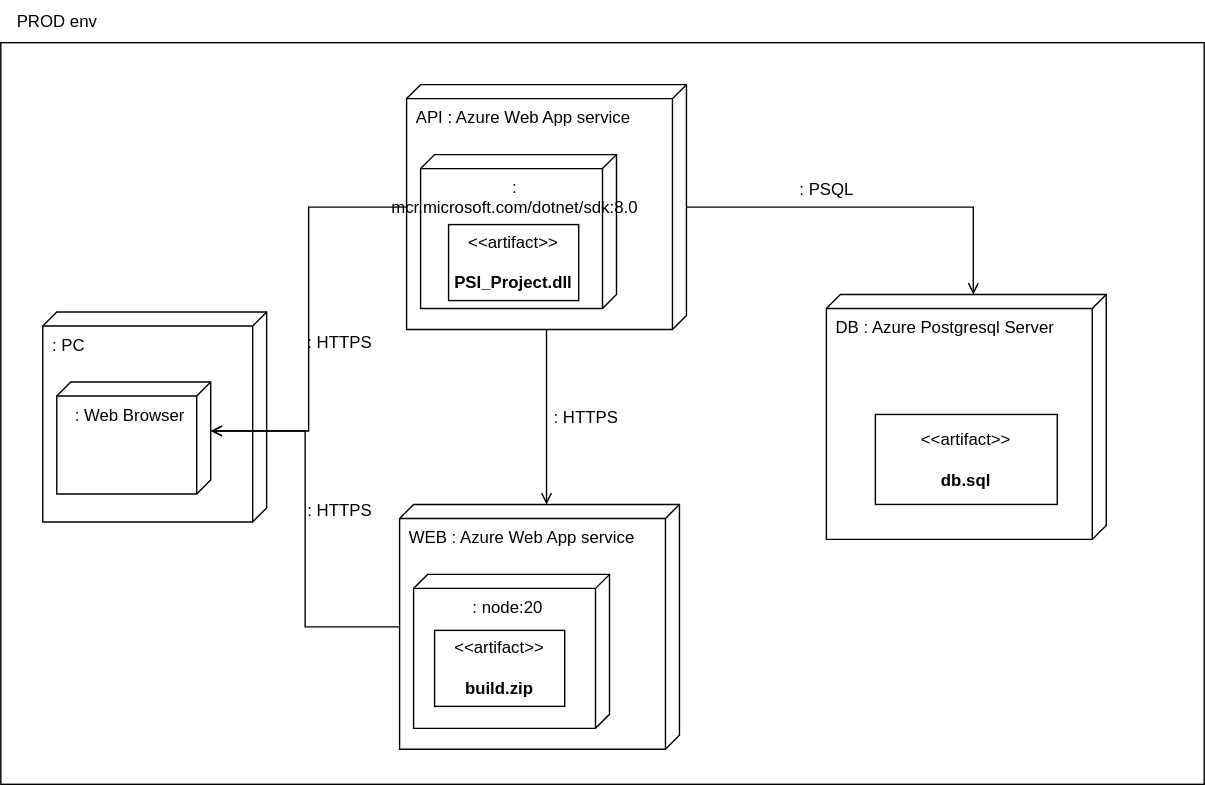
Above: lab2diags/PhysicalView/deployment.svg in piatrashkakanstantinass/psi2 (draw.io), before the change. Source tidied: cells renumbered, new cells last; positions are measured from the earlier drawing's top-left corner, leaving out a move shared by most shapes.
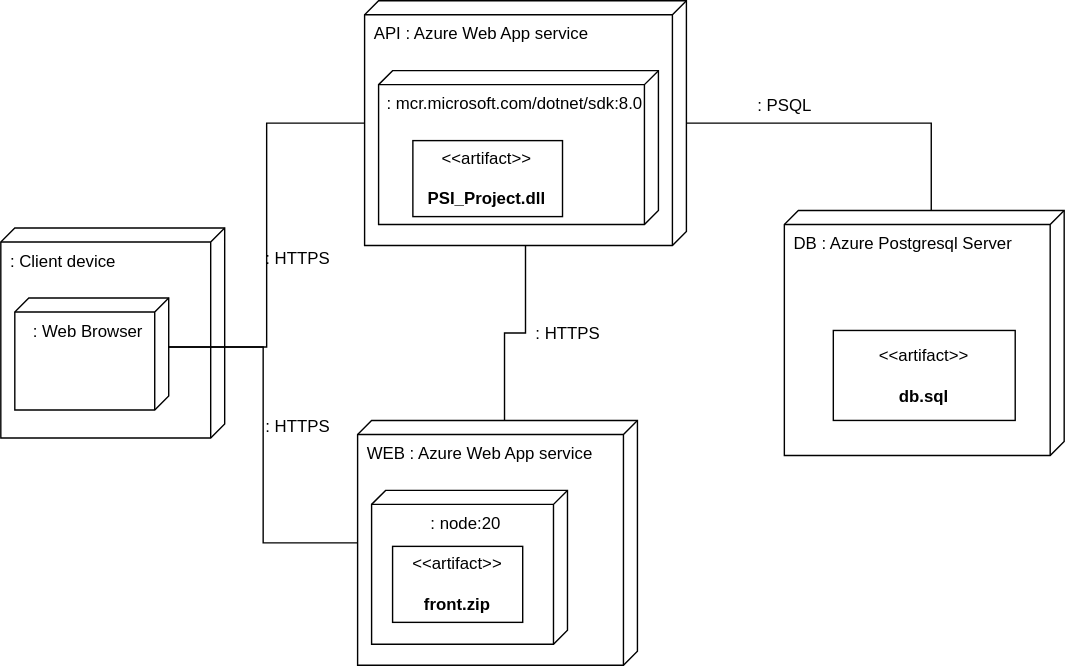
The same file after the commit.

Commit message:
fix: minor deployment diagram changes

What changed in the source:
```diff
@@ -2,22 +2,16 @@
   <root>
     <mxCell id="0" />
     <mxCell id="1" parent="0" />
-    <mxCell id="2" style="rounded=0;whiteSpace=wrap;html=1;fillColor=none;" parent="1" vertex="1">
-      <mxGeometry y="30" width="860" height="530" as="geometry" />
-    </mxCell>
-    <mxCell id="3" value="&lt;div&gt;PROD env&lt;/div&gt;" style="text;html=1;align=center;verticalAlign=middle;strokeColor=none;fillColor=none;" parent="1" vertex="1">
-      <mxGeometry width="80" height="30" as="geometry" />
-    </mxCell>
     <mxCell id="4" value="API : Azure Web App service" style="verticalAlign=top;align=left;shape=cube;size=10;direction=south;fontStyle=0;html=1;boundedLbl=1;spacingLeft=5;whiteSpace=wrap;" parent="1" vertex="1">
-      <mxGeometry x="290" y="60" width="200" height="175" as="geometry" />
+      <mxGeometry x="290" y="60" width="230" height="175" as="geometry" />
     </mxCell>
     <mxCell id="5" value=": mcr.microsoft.com/dotnet/sdk:8.0" style="verticalAlign=top;align=center;shape=cube;size=10;direction=south;html=1;boundedLbl=1;spacingLeft=5;whiteSpace=wrap;" parent="4" vertex="1">
-      <mxGeometry width="140" height="110" relative="1" as="geometry">
+      <mxGeometry width="200" height="110" relative="1" as="geometry">
         <mxPoint x="10" y="50" as="offset" />
       </mxGeometry>
     </mxCell>
     <mxCell id="6" value="&amp;lt;&amp;lt;artifact&amp;gt;&amp;gt;&lt;br&gt;&lt;br&gt;&lt;div&gt;&lt;b&gt;PSI_Project.dll&lt;/b&gt;&lt;/div&gt;" style="html=1;align=center;verticalAlign=middle;dashed=0;whiteSpace=wrap;" parent="4" vertex="1">
-      <mxGeometry x="30" y="100" width="93" height="54.3" as="geometry" />
+      <mxGeometry x="34.5" y="100" width="106.9" height="54.3" as="geometry" />
     </mxCell>
     <mxCell id="7" value="WEB : Azure Web App service" style="verticalAlign=top;align=left;shape=cube;size=10;direction=south;fontStyle=0;html=1;boundedLbl=1;spacingLeft=5;whiteSpace=wrap;" parent="1" vertex="1">
       <mxGeometry x="285" y="360" width="200" height="175" as="geometry" />
@@ -27,7 +21,7 @@
         <mxPoint x="10" y="50" as="offset" />
       </mxGeometry>
     </mxCell>
-    <mxCell id="9" value="&amp;lt;&amp;lt;artifact&amp;gt;&amp;gt;&lt;br&gt;&lt;br&gt;&lt;b&gt;build.zip&lt;/b&gt;" style="html=1;align=center;verticalAlign=middle;dashed=0;whiteSpace=wrap;" parent="7" vertex="1">
+    <mxCell id="9" value="&amp;lt;&amp;lt;artifact&amp;gt;&amp;gt;&lt;br&gt;&lt;br&gt;&lt;b&gt;front.zip&lt;/b&gt;" style="html=1;align=center;verticalAlign=middle;dashed=0;whiteSpace=wrap;" parent="7" vertex="1">
       <mxGeometry x="25" y="90" width="93" height="54.3" as="geometry" />
     </mxCell>
     <mxCell id="10" value="DB : Azure Postgresql Server" style="verticalAlign=top;align=left;shape=cube;size=10;direction=south;fontStyle=0;html=1;boundedLbl=1;spacingLeft=5;whiteSpace=wrap;" parent="1" vertex="1">
@@ -36,19 +30,19 @@
     <mxCell id="11" value="&amp;lt;&amp;lt;artifact&amp;gt;&amp;gt;&lt;br&gt;&lt;br&gt;&lt;b&gt;db.sql&lt;/b&gt;" style="html=1;align=center;verticalAlign=middle;dashed=0;whiteSpace=wrap;" parent="10" vertex="1">
       <mxGeometry x="35" y="85.7" width="130" height="64.3" as="geometry" />
     </mxCell>
-    <mxCell id="12" style="edgeStyle=orthogonalEdgeStyle;rounded=0;jettySize=auto;html=1;entryX=0;entryY=0;entryDx=0;entryDy=95;entryPerimeter=0;endArrow=open;endFill=0;" parent="1" edge="1" source="4" target="10">
+    <mxCell id="12" style="edgeStyle=orthogonalEdgeStyle;rounded=0;jettySize=auto;html=1;entryX=0;entryY=0;entryDx=0;entryDy=95;entryPerimeter=0;endArrow=none;endFill=0;" parent="1" edge="1" source="4" target="10">
       <mxGeometry relative="1" as="geometry" />
     </mxCell>
     <mxCell id="13" value=": PSQL" style="text;html=1;align=center;verticalAlign=middle;strokeColor=none;fillColor=none;" parent="1" vertex="1">
       <mxGeometry x="560" y="120" width="60" height="30" as="geometry" />
     </mxCell>
-    <mxCell id="14" style="edgeStyle=orthogonalEdgeStyle;rounded=0;jettySize=auto;html=1;entryX=0;entryY=0;entryDx=0;entryDy=95;entryPerimeter=0;endArrow=open;endFill=0;" parent="1" edge="1" source="4" target="7">
+    <mxCell id="14" style="edgeStyle=orthogonalEdgeStyle;rounded=0;jettySize=auto;html=1;entryX=0;entryY=0;entryDx=0;entryDy=95;entryPerimeter=0;endArrow=none;endFill=0;" parent="1" edge="1" source="4" target="7">
       <mxGeometry relative="1" as="geometry" />
     </mxCell>
     <mxCell id="15" value=": HTTPS" style="text;html=1;align=center;verticalAlign=middle;strokeColor=none;fillColor=none;" parent="1" vertex="1">
-      <mxGeometry x="383" y="282.5" width="70" height="30" as="geometry" />
+      <mxGeometry x="400" y="282.5" width="70" height="30" as="geometry" />
     </mxCell>
-    <mxCell id="16" value=": PC" style="verticalAlign=top;align=left;shape=cube;size=10;direction=south;fontStyle=0;html=1;boundedLbl=1;spacingLeft=5;whiteSpace=wrap;" parent="1" vertex="1">
+    <mxCell id="16" value=": Client device" style="verticalAlign=top;align=left;shape=cube;size=10;direction=south;fontStyle=0;html=1;boundedLbl=1;spacingLeft=5;whiteSpace=wrap;" parent="1" vertex="1">
       <mxGeometry x="30" y="222.5" width="160" height="150" as="geometry" />
     </mxCell>
     <mxCell id="17" value=": Web Browser" style="verticalAlign=top;align=center;shape=cube;size=10;direction=south;html=1;boundedLbl=1;spacingLeft=5;whiteSpace=wrap;" parent="16" vertex="1">
@@ -62,10 +56,10 @@
     <mxCell id="19" value=": HTTPS" style="text;html=1;align=center;verticalAlign=middle;strokeColor=none;fillColor=none;" parent="1" vertex="1">
       <mxGeometry x="207" y="230" width="70" height="30" as="geometry" />
     </mxCell>
-    <mxCell id="20" style="edgeStyle=orthogonalEdgeStyle;rounded=0;jettySize=auto;html=1;entryX=0;entryY=0;entryDx=35;entryDy=0;entryPerimeter=0;endArrow=open;endFill=0;" parent="1" edge="1" source="7" target="17">
+    <mxCell id="20" style="edgeStyle=orthogonalEdgeStyle;rounded=0;jettySize=auto;html=1;entryX=0;entryY=0;entryDx=35;entryDy=0;entryPerimeter=0;endArrow=none;endFill=0;" parent="1" edge="1" source="7" target="17">
       <mxGeometry relative="1" as="geometry" />
     </mxCell>
-    <mxCell id="21" style="edgeStyle=orthogonalEdgeStyle;rounded=0;jettySize=auto;html=1;entryX=0;entryY=0;entryDx=35;entryDy=0;entryPerimeter=0;endArrow=open;endFill=0;" parent="1" edge="1" source="4" target="17">
+    <mxCell id="21" style="edgeStyle=orthogonalEdgeStyle;rounded=0;jettySize=auto;html=1;entryX=0;entryY=0;entryDx=35;entryDy=0;entryPerimeter=0;endArrow=none;endFill=0;" parent="1" edge="1" source="4" target="17">
       <mxGeometry relative="1" as="geometry" />
     </mxCell>
   </root>
```
